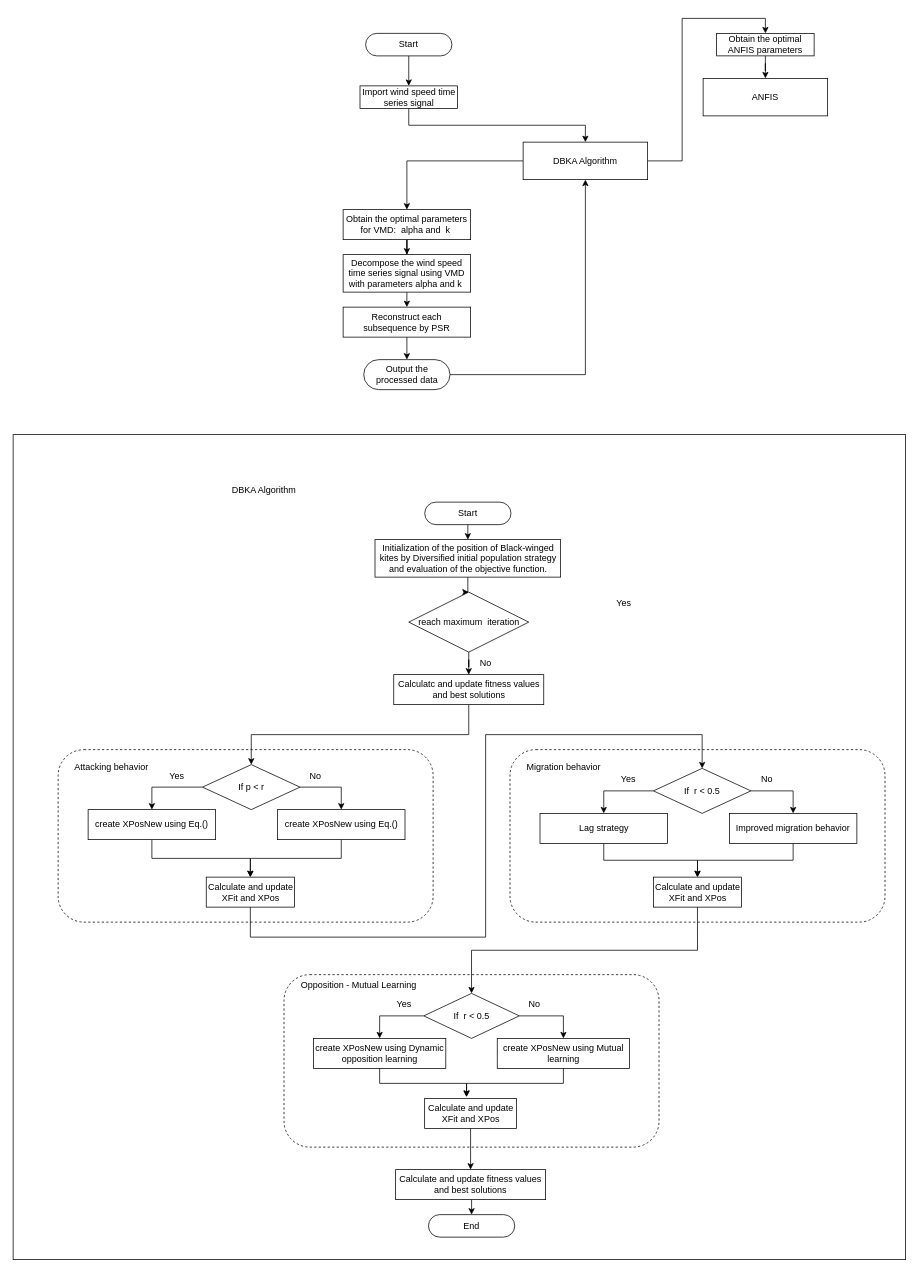
Earlier version of the draw.io diagram page "第 3 页" (3 of 3) of DBKA.drawio (lyj-12/DrawIO). Source tidied: cells renumbered, new cells numbered last; positions are measured from the earlier drawing's top-left corner, leaving out a move shared by most shapes. Both pictures are drawn from the tidied source at 75%, with x=0, y=0 at pixel (13, 33).
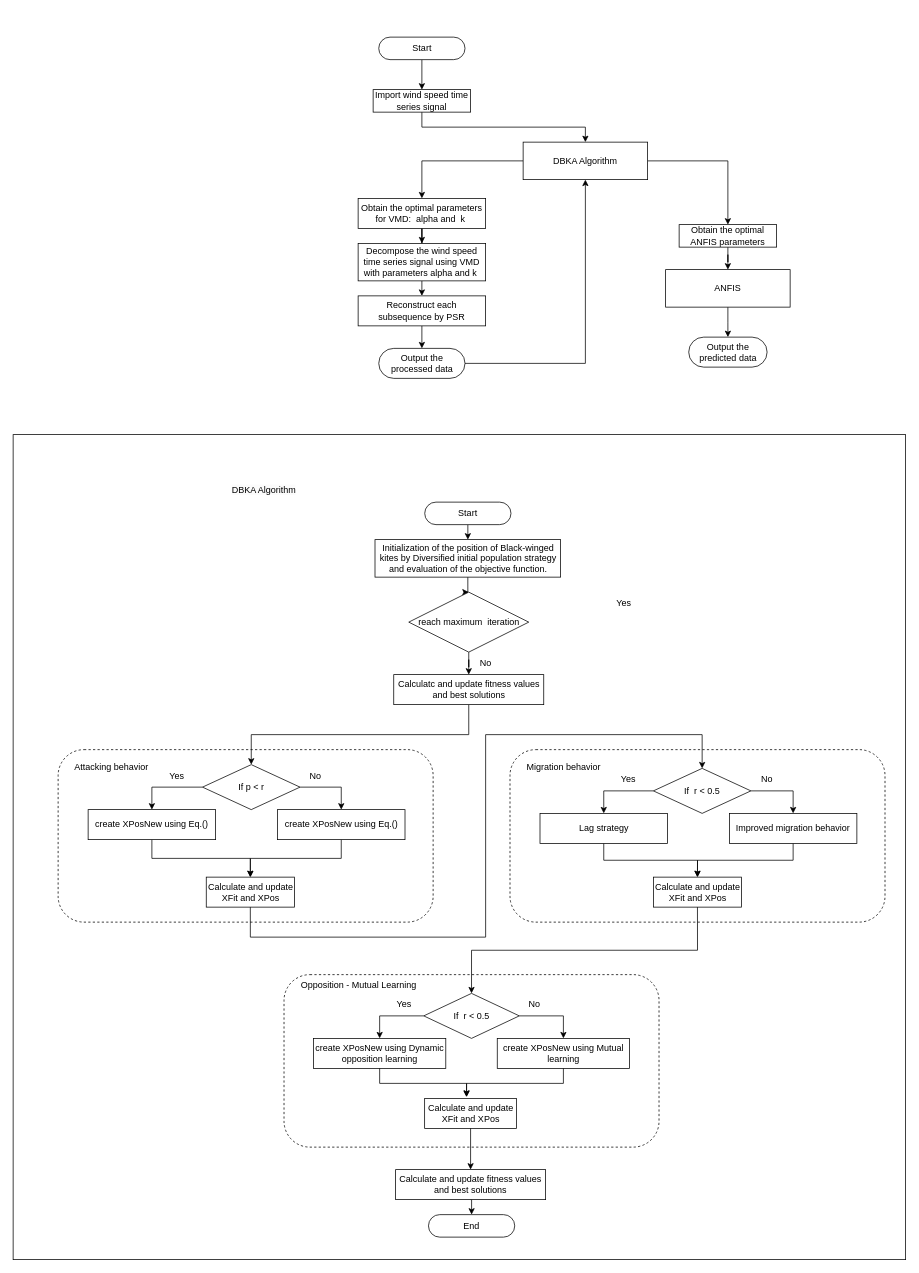
The same page after the edit.

Change to the diagram source:
```diff
@@
     <mxCell id="47" value="Start" style="rounded=1;whiteSpace=wrap;html=1;absoluteArcSize=0;arcSize=50;" parent="1" vertex="1">
-      <mxGeometry x="470" width="115" height="30" as="geometry" />
+      <mxGeometry x="487.5" y="5" width="115" height="30" as="geometry" />
     </mxCell>
@@
     <mxCell id="49" value="Import wind speed time series signal" style="rounded=0;whiteSpace=wrap;html=1;" parent="1" vertex="1">
-      <mxGeometry x="462.5" y="70" width="130" height="30" as="geometry" />
+      <mxGeometry x="480" y="75" width="130" height="30" as="geometry" />
     </mxCell>
@@
     <mxCell id="51" value="Obtain the optimal parameters for VMD:&amp;nbsp; alpha and&amp;nbsp; k&amp;nbsp;" style="rounded=0;whiteSpace=wrap;html=1;" parent="1" vertex="1">
-      <mxGeometry x="440" y="235" width="170" height="40" as="geometry" />
+      <mxGeometry x="460" y="220" width="170" height="40" as="geometry" />
     </mxCell>
@@
     <mxCell id="53" value="&lt;p&gt;Output the processed data&lt;/p&gt;" style="rounded=1;whiteSpace=wrap;html=1;absoluteArcSize=0;arcSize=50;" parent="1" vertex="1">
-      <mxGeometry x="467.5" y="435" width="115" height="40" as="geometry" />
+      <mxGeometry x="487.5" y="420" width="115" height="40" as="geometry" />
     </mxCell>
+    <mxCell id="78" style="edgeStyle=orthogonalEdgeStyle;rounded=0;jettySize=auto;html=1;exitX=0.5;exitY=1;exitDx=0;exitDy=0;entryX=0.5;entryY=0;entryDx=0;entryDy=0;" parent="1" edge="1" source="54" target="79">
+      <mxGeometry relative="1" as="geometry" />
+    </mxCell>
     <mxCell id="54" value="ANFIS" style="rounded=0;whiteSpace=wrap;html=1;" parent="1" vertex="1">
-      <mxGeometry x="920" y="60" width="166" height="50" as="geometry" />
+      <mxGeometry x="870" y="315" width="166" height="50" as="geometry" />
     </mxCell>
@@
     <mxCell id="56" value="Obtain the optimal ANFIS parameters" style="rounded=0;whiteSpace=wrap;html=1;" parent="1" vertex="1">
-      <mxGeometry x="938" width="130" height="30" as="geometry" />
+      <mxGeometry x="888" y="255" width="130" height="30" as="geometry" />
     </mxCell>
@@
     <mxCell id="58" value="&lt;p&gt;Decompose the wind speed time series signal using VMD with parameters  alpha and  k&amp;nbsp;&lt;/p&gt;" style="rounded=0;whiteSpace=wrap;html=1;" parent="1" vertex="1">
-      <mxGeometry x="440" y="295" width="170" height="50" as="geometry" />
+      <mxGeometry x="460" y="280" width="170" height="50" as="geometry" />
     </mxCell>
@@
     <mxCell id="60" value="Reconstruct each subsequence by PSR" style="rounded=0;whiteSpace=wrap;html=1;" parent="1" vertex="1">
-      <mxGeometry x="440" y="365" width="170" height="40" as="geometry" />
+      <mxGeometry x="460" y="350" width="170" height="40" as="geometry" />
     </mxCell>
@@
+    <mxCell id="79" value="&lt;p&gt;Output the predicted data&lt;/p&gt;" style="rounded=1;whiteSpace=wrap;html=1;absoluteArcSize=0;arcSize=50;" parent="1" vertex="1">
+      <mxGeometry x="900.8" y="405" width="104.5" height="40" as="geometry" />
+    </mxCell>
```
